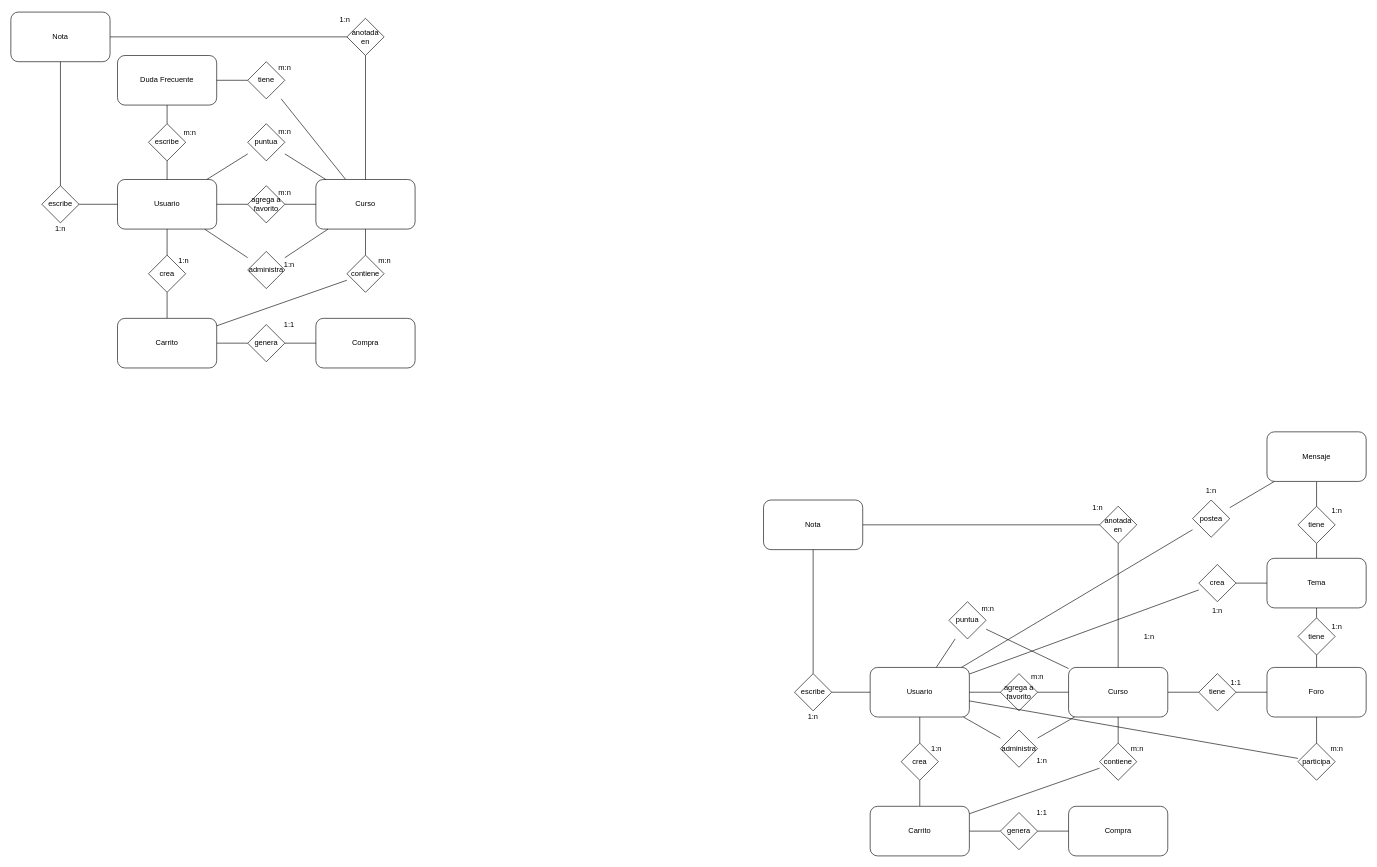
The draw.io diagram UML/diagrama_chen_tpi.drawio in GDieser/tpc-equipo-12A, before the edit. Source tidied: cells renumbered, new cells numbered last; positions are measured from the earlier drawing's top-left corner, leaving out a move shared by most shapes. Both pictures are drawn from the tidied source at 62%, with x=0, y=0 at pixel (11, 11).
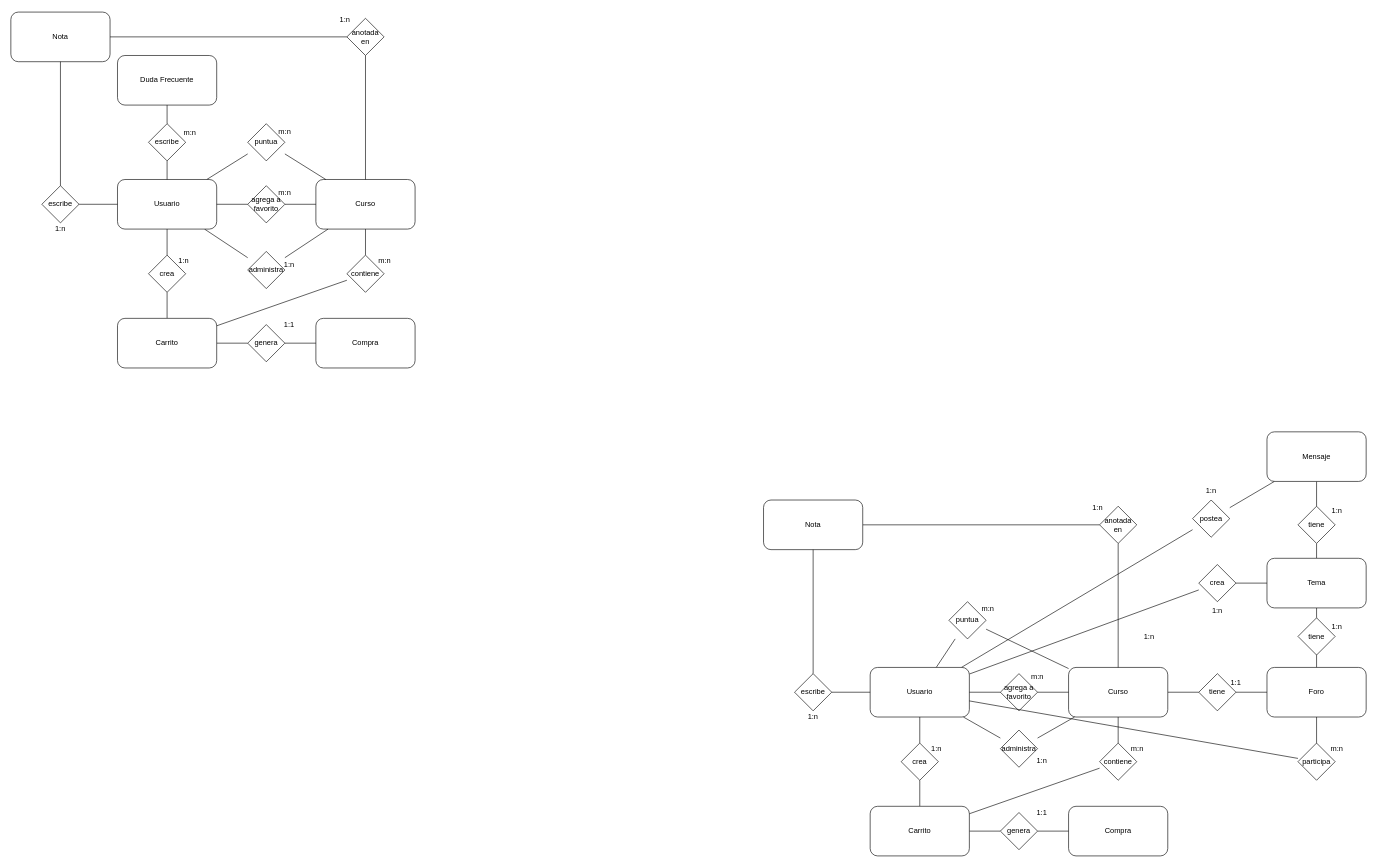
The same page after the edit.

Commit message (it also covers changes not shown here):
Agregadas entidades

The change refers to these unchanged cells:
```xml
<mxCell id="6" value="Curso" style="shape=rectangle;whiteSpace=wrap;html=1;rounded=1;" parent="1" vertex="1">
  <mxGeometry x="492" y="272" width="160" height="80" as="geometry" />
</mxCell>
<mxCell id="9" value="Duda Frecuente" style="shape=rectangle;whiteSpace=wrap;html=1;rounded=1;" parent="1" vertex="1">
  <mxGeometry x="172" y="72" width="160" height="80" as="geometry" />
</mxCell>
```

Diff of the diagram source:
```diff
@@
-    <mxCell id="5" style="rounded=0;jettySize=auto;html=1;endArrow=none;startFill=0;" parent="1" edge="1" source="6" target="42">
-      <mxGeometry relative="1" as="geometry" />
-    </mxCell>
@@
-    <mxCell id="40" value="m:n" style="text;html=1;align=center;verticalAlign=middle;whiteSpace=wrap;rounded=0;" parent="1" vertex="1">
-      <mxGeometry x="412" y="77" width="60" height="30" as="geometry" />
-    </mxCell>
-    <mxCell id="41" style="rounded=0;jettySize=auto;html=1;endArrow=none;startFill=0;" parent="1" edge="1" source="42" target="9">
-      <mxGeometry relative="1" as="geometry" />
-    </mxCell>
-    <mxCell id="42" value="tiene" style="shape=rhombus;whiteSpace=wrap;html=1;" parent="1" vertex="1">
-      <mxGeometry x="382" y="82" width="60" height="60" as="geometry" />
-    </mxCell>
```
